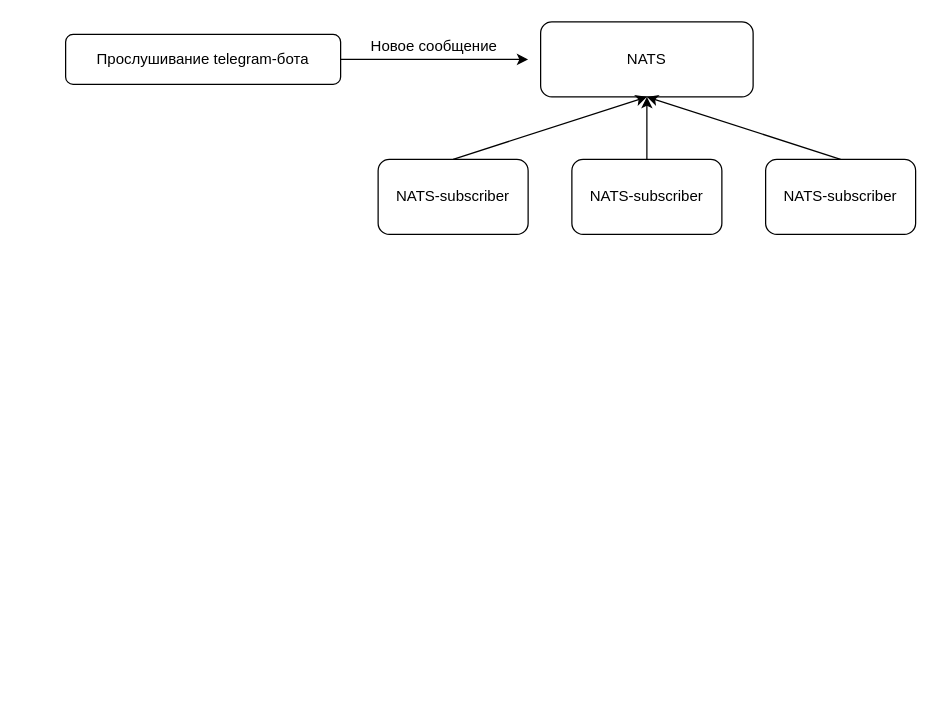
This is Untitled Diagram.drawio from itxor/tgsite, a draw.io file, before an edit. Source tidied: cells renumbered, new cells numbered last; positions are measured from the earlier drawing's top-left corner, leaving out a move shared by most shapes. Both pictures are drawn from the tidied source at 125%, with x=0, y=0 at pixel (65, 21).
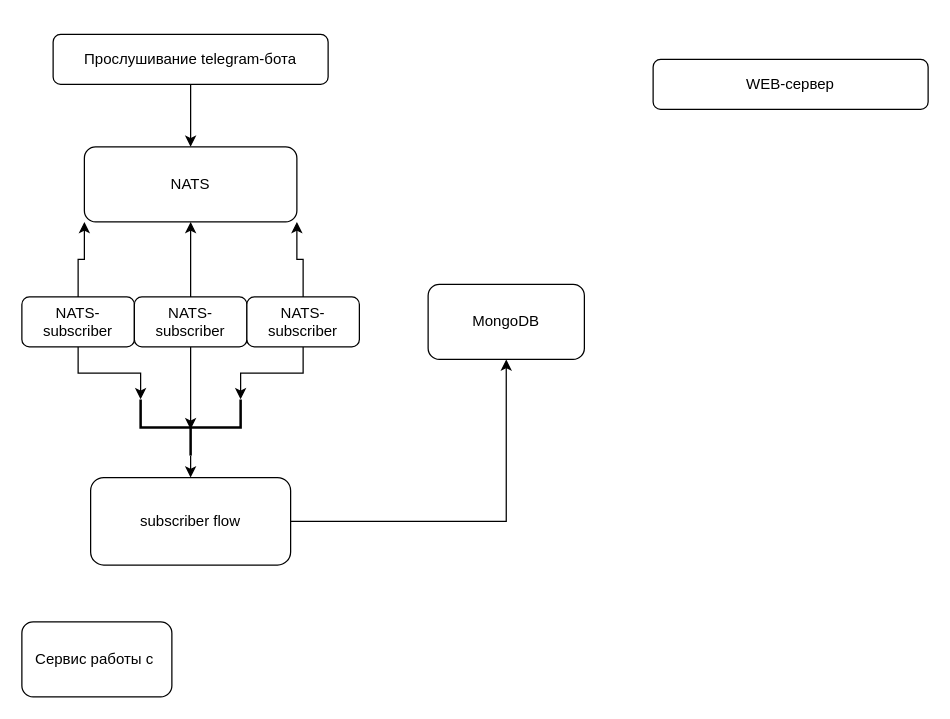
After the change.

Commit message:
Доработка схемы приложения

Diff of the diagram source:
```diff
@@
+    <mxCell id="12" style="edgeStyle=orthogonalEdgeStyle;rounded=0;jettySize=auto;html=1;exitX=0.5;exitY=1;exitDx=0;exitDy=0;entryX=0.5;entryY=0;entryDx=0;entryDy=0;" parent="1" edge="1" source="2" target="5">
+      <mxGeometry relative="1" as="geometry" />
+    </mxCell>
     <mxCell id="2" value="Прослушивание telegram-бота" style="rounded=1;whiteSpace=wrap;html=1;" parent="1" vertex="1">
-      <mxGeometry y="10" width="220" height="40" as="geometry" />
+      <mxGeometry x="-10" y="10" width="220" height="40" as="geometry" />
     </mxCell>
-    <mxCell id="3" style="endArrow=classic;html=1;" parent="1" edge="1">
-      <mxGeometry relative="1" as="geometry">
-        <mxPoint x="220" y="30" as="sourcePoint" />
-        <mxPoint x="370" y="30" as="targetPoint" />
-        <Array as="points">
-          <mxPoint x="280" y="30" />
-        </Array>
-      </mxGeometry>
-    </mxCell>
-    <mxCell id="4" value="Новое сообщение" style="text;html=1;strokeColor=none;fillColor=none;align=center;verticalAlign=middle;whiteSpace=wrap;rounded=0;" parent="1" vertex="1">
-      <mxGeometry x="240" y="10" width="110" height="20" as="geometry" />
-    </mxCell>
     <mxCell id="5" value="NATS" style="rounded=1;whiteSpace=wrap;html=1;" parent="1" vertex="1">
-      <mxGeometry x="380" width="170" height="60" as="geometry" />
+      <mxGeometry x="15" y="100" width="170" height="60" as="geometry" />
     </mxCell>
-    <mxCell id="6" value="NATS-subscriber" style="rounded=1;whiteSpace=wrap;html=1;" parent="1" vertex="1">
-      <mxGeometry x="250" y="110" width="120" height="60" as="geometry" />
-    </mxCell>
-    <mxCell id="7" style="endArrow=classic;html=1;entryX=0.5;entryY=1;entryDx=0;entryDy=0;exitX=0.5;exitY=0;exitDx=0;exitDy=0;" parent="1" edge="1" source="6" target="5">
-      <mxGeometry relative="1" as="geometry" />
-    </mxCell>
-    <mxCell id="8" value="NATS-subscriber" style="rounded=1;whiteSpace=wrap;html=1;" parent="1" vertex="1">
-      <mxGeometry x="405" y="110" width="120" height="60" as="geometry" />
-    </mxCell>
+    <mxCell id="11" style="edgeStyle=orthogonalEdgeStyle;rounded=0;jettySize=auto;html=1;exitX=0.5;exitY=0;exitDx=0;exitDy=0;entryX=0;entryY=1;entryDx=0;entryDy=0;" parent="1" edge="1" source="9" target="5">
+      <mxGeometry relative="1" as="geometry" />
+    </mxCell>
+    <mxCell id="13" style="edgeStyle=orthogonalEdgeStyle;rounded=0;jettySize=auto;html=1;exitX=0.5;exitY=1;exitDx=0;exitDy=0;entryX=1;entryY=0;entryDx=0;entryDy=0;entryPerimeter=0;" parent="1" edge="1" source="9" target="23">
+      <mxGeometry relative="1" as="geometry" />
+    </mxCell>
     <mxCell id="9" value="NATS-subscriber" style="rounded=1;whiteSpace=wrap;html=1;" parent="1" vertex="1">
-      <mxGeometry x="560" y="110" width="120" height="60" as="geometry" />
+      <mxGeometry x="-35" y="220" width="90" height="40" as="geometry" />
     </mxCell>
-    <mxCell id="10" style="endArrow=classic;html=1;exitX=0.5;exitY=0;exitDx=0;exitDy=0;" parent="1" edge="1" source="8">
-      <mxGeometry relative="1" as="geometry">
-        <mxPoint x="465" y="60" as="targetPoint" />
-      </mxGeometry>
-    </mxCell>
-    <mxCell id="11" style="endArrow=classic;html=1;exitX=0.5;exitY=0;exitDx=0;exitDy=0;entryX=0.5;entryY=1;entryDx=0;entryDy=0;" parent="1" edge="1" source="9" target="5">
-      <mxGeometry relative="1" as="geometry" />
-    </mxCell>
+    <mxCell id="14" value="WEB-сервер" style="rounded=1;whiteSpace=wrap;html=1;" parent="1" vertex="1">
+      <mxGeometry x="470" y="30" width="220" height="40" as="geometry" />
+    </mxCell>
+    <mxCell id="15" value="MongoDB" style="rounded=1;whiteSpace=wrap;html=1;" parent="1" vertex="1">
+      <mxGeometry x="290" y="210" width="125" height="60" as="geometry" />
+    </mxCell>
+    <mxCell id="16" style="edgeStyle=orthogonalEdgeStyle;rounded=0;jettySize=auto;html=1;exitX=0.5;exitY=0;exitDx=0;exitDy=0;entryX=0.5;entryY=1;entryDx=0;entryDy=0;" parent="1" edge="1" source="18" target="5">
+      <mxGeometry relative="1" as="geometry" />
+    </mxCell>
+    <mxCell id="17" style="edgeStyle=orthogonalEdgeStyle;rounded=0;jettySize=auto;html=1;exitX=0.5;exitY=1;exitDx=0;exitDy=0;entryX=0.467;entryY=0.5;entryDx=0;entryDy=0;entryPerimeter=0;" parent="1" edge="1" source="18" target="23">
+      <mxGeometry relative="1" as="geometry" />
+    </mxCell>
+    <mxCell id="18" value="NATS-subscriber" style="rounded=1;whiteSpace=wrap;html=1;" parent="1" vertex="1">
+      <mxGeometry x="55" y="220" width="90" height="40" as="geometry" />
+    </mxCell>
+    <mxCell id="19" style="edgeStyle=orthogonalEdgeStyle;rounded=0;jettySize=auto;html=1;exitX=0.5;exitY=0;exitDx=0;exitDy=0;entryX=1;entryY=1;entryDx=0;entryDy=0;" parent="1" edge="1" source="21" target="5">
+      <mxGeometry relative="1" as="geometry" />
+    </mxCell>
+    <mxCell id="20" style="edgeStyle=orthogonalEdgeStyle;rounded=0;jettySize=auto;html=1;exitX=0.5;exitY=1;exitDx=0;exitDy=0;entryX=1;entryY=1;entryDx=0;entryDy=0;entryPerimeter=0;" parent="1" edge="1" source="21" target="23">
+      <mxGeometry relative="1" as="geometry" />
+    </mxCell>
+    <mxCell id="21" value="NATS-subscriber" style="rounded=1;whiteSpace=wrap;html=1;" parent="1" vertex="1">
+      <mxGeometry x="145" y="220" width="90" height="40" as="geometry" />
+    </mxCell>
+    <mxCell id="22" style="edgeStyle=orthogonalEdgeStyle;rounded=0;jettySize=auto;html=1;exitX=0;exitY=0.5;exitDx=0;exitDy=0;exitPerimeter=0;entryX=0.5;entryY=0;entryDx=0;entryDy=0;" parent="1" edge="1" source="23" target="25">
+      <mxGeometry relative="1" as="geometry" />
+    </mxCell>
+    <mxCell id="23" style="strokeWidth=2;html=1;shape=mxgraph.flowchart.annotation_2;align=left;labelPosition=right;rotation=-90;" parent="1" vertex="1">
+      <mxGeometry x="77.5" y="284.5" width="45" height="80" as="geometry" />
+    </mxCell>
+    <mxCell id="24" style="edgeStyle=orthogonalEdgeStyle;rounded=0;jettySize=auto;html=1;exitX=1;exitY=0.5;exitDx=0;exitDy=0;entryX=0.5;entryY=1;entryDx=0;entryDy=0;" parent="1" edge="1" source="25" target="15">
+      <mxGeometry relative="1" as="geometry" />
+    </mxCell>
+    <mxCell id="25" value="subscriber flow" style="rounded=1;whiteSpace=wrap;html=1;" parent="1" vertex="1">
+      <mxGeometry x="20" y="364.5" width="160" height="70" as="geometry" />
+    </mxCell>
+    <mxCell id="26" value="Сервис работы с&amp;nbsp;" style="rounded=1;whiteSpace=wrap;html=1;" parent="1" vertex="1">
+      <mxGeometry x="-35" y="480" width="120" height="60" as="geometry" />
+    </mxCell>
```
